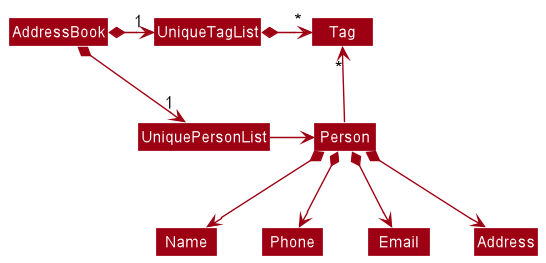
This is docs/images/BetterModelClassDiagram.png from nus-cs2103-AY2223S1/tp, a PlantUML export, as it was before one commit.
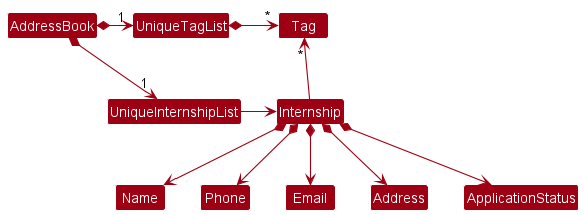
Later version of the same file.

What changed in the source:
```diff
@@ -4,18 +4,19 @@
 skinparam arrowColor MODEL_COLOR
 skinparam classBackgroundColor MODEL_COLOR
 
-AddressBook *-right-> "1" UniquePersonList
+AddressBook *-right-> "1" UniqueInternshipList
 AddressBook *-right-> "1" UniqueTagList
-UniqueTagList -[hidden]down- UniquePersonList
-UniqueTagList -[hidden]down- UniquePersonList
+UniqueTagList -[hidden]down- UniqueInternshipList
+UniqueTagList -[hidden]down- UniqueInternshipList
 
 UniqueTagList *-right-> "*" Tag
-UniquePersonList -right-> Person
+UniqueInternshipList -right-> Internship
 
-Person -up-> "*" Tag
+Internship -up-> "*" Tag
 
-Person *--> Name
-Person *--> Phone
-Person *--> Email
-Person *--> Address
+Internship *--> Name
+Internship *--> Phone
+Internship *--> Email
+Internship *--> Address
+Internship *--> ApplicationStatus
 @enduml
```
